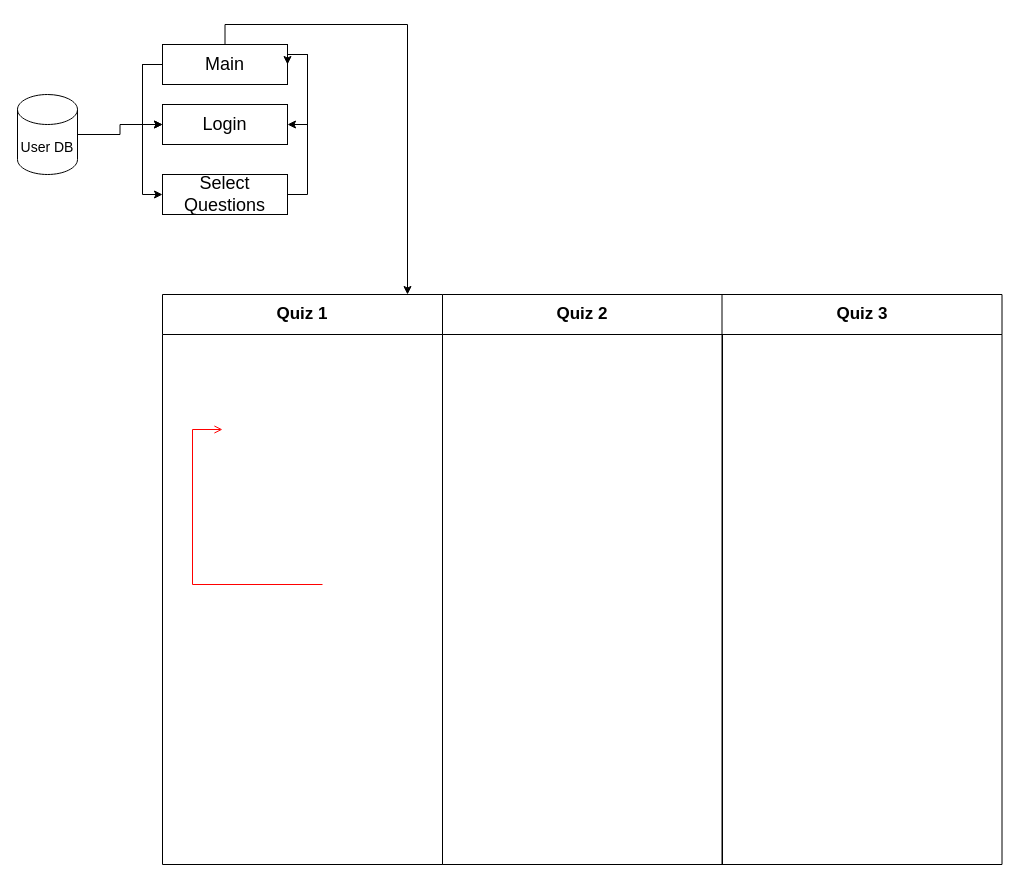
The draw.io diagram flowcharts/Untitled Diagram.drawio in ruanodowd/quiz_app, before the edit. Source tidied: cells renumbered, new cells numbered last; positions are measured from the earlier drawing's top-left corner, leaving out a move shared by most shapes. Both pictures are drawn from the tidied source at 100%, with x=0, y=0 at pixel (17, 24).
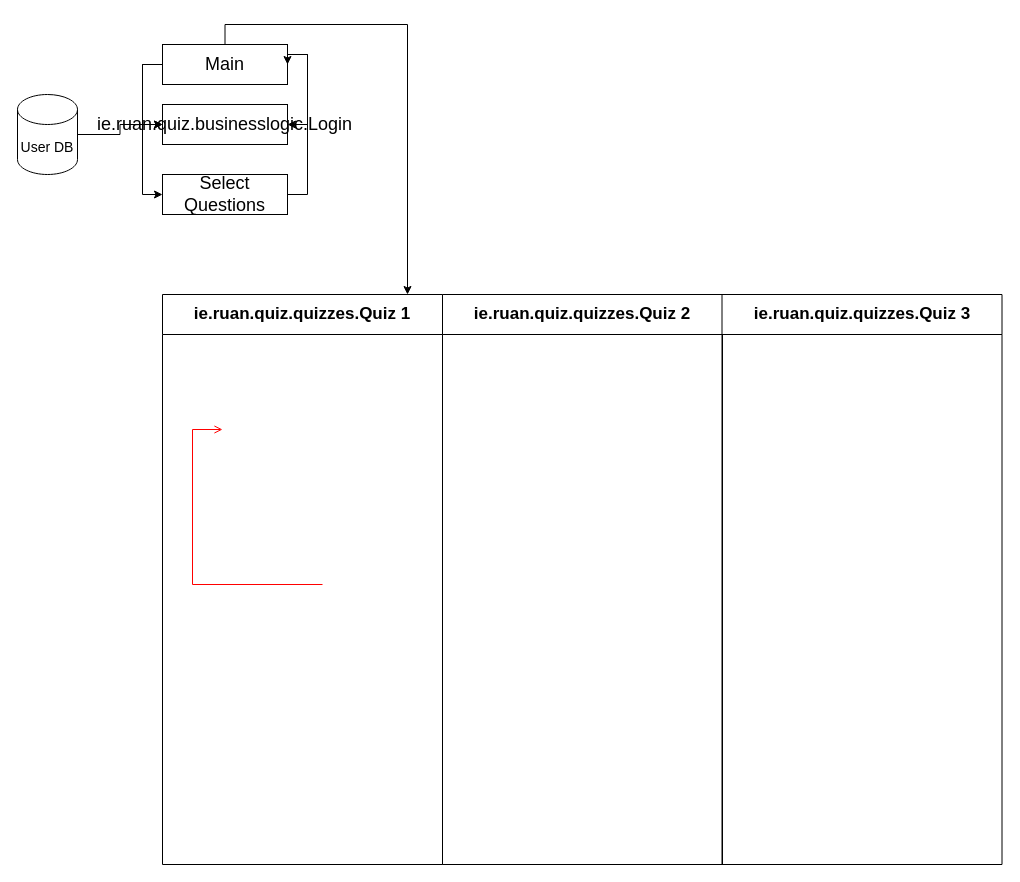
After the change.

What changed in the source:
```diff
@@
-    <mxCell id="2" value="Quiz 1" style="swimlane;whiteSpace=wrap;fontSize=17;startSize=40;" parent="1" vertex="1">
+    <mxCell id="2" value="ie.ruan.quiz.quizzes.Quiz 1" style="swimlane;whiteSpace=wrap;fontSize=17;startSize=40;" parent="1" vertex="1">
       <mxGeometry x="145" y="270" width="280" height="570" as="geometry" />
     </mxCell>
@@
-    <mxCell id="4" value="Quiz 2" style="swimlane;whiteSpace=wrap;startSize=40;fontSize=17;" parent="1" vertex="1">
+    <mxCell id="4" value="ie.ruan.quiz.quizzes.Quiz 2" style="swimlane;whiteSpace=wrap;startSize=40;fontSize=17;" parent="1" vertex="1">
       <mxGeometry x="425" y="270" width="280" height="570" as="geometry" />
     </mxCell>
-    <mxCell id="5" value="Quiz 3" style="swimlane;whiteSpace=wrap;startSize=40;fontSize=17;" parent="1" vertex="1">
+    <mxCell id="5" value="ie.ruan.quiz.quizzes.Quiz 3" style="swimlane;whiteSpace=wrap;startSize=40;fontSize=17;" parent="1" vertex="1">
       <mxGeometry x="704.5" y="270" width="280" height="570" as="geometry" />
     </mxCell>
@@
-    <mxCell id="10" value="Login" style="rounded=0;whiteSpace=wrap;html=1;fontSize=18;" parent="1" vertex="1">
+    <mxCell id="10" value="ie.ruan.quiz.businesslogic.Login" style="rounded=0;whiteSpace=wrap;html=1;fontSize=18;" parent="1" vertex="1">
       <mxGeometry x="145" y="80" width="125" height="40" as="geometry" />
     </mxCell>
```
